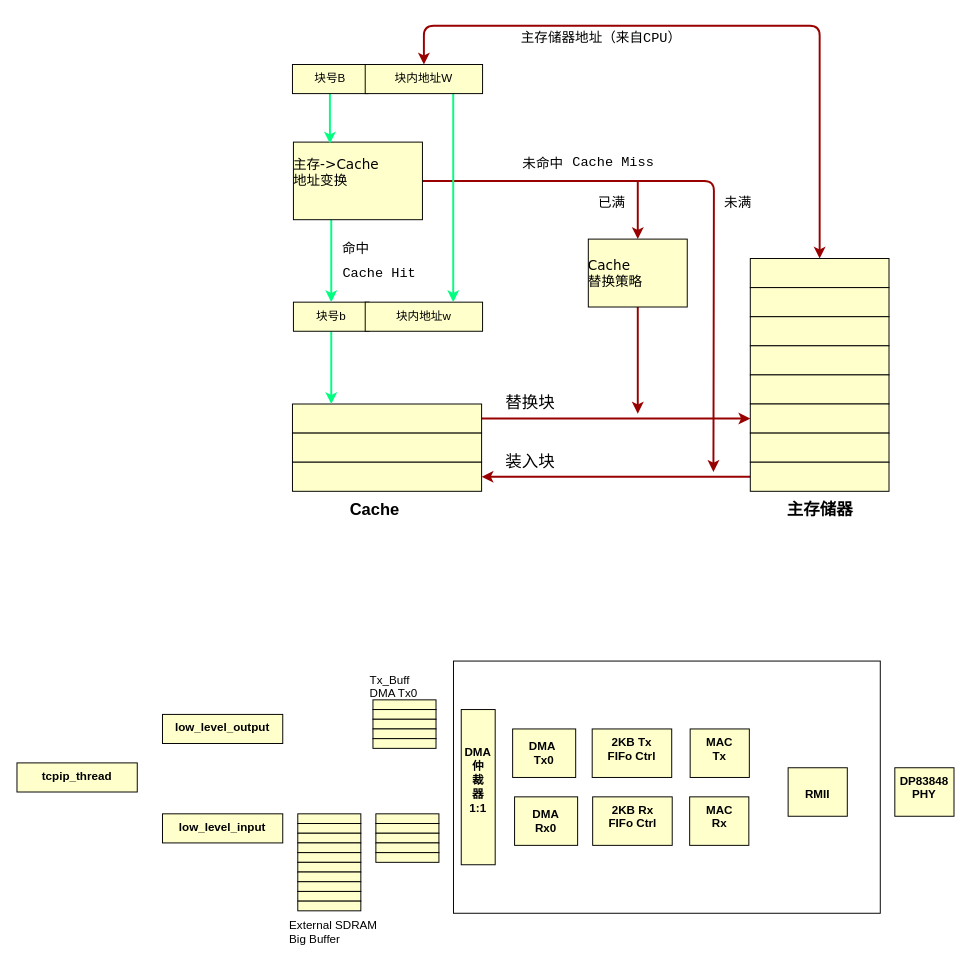
Earlier version of the draw.io diagram DMA数据数据发送逻辑.drawio (zjh6607476/drawing). Source tidied: cells renumbered, new cells numbered last; positions are measured from the earlier drawing's top-left corner, leaving out a move shared by most shapes. Both pictures are drawn from the tidied source at 97%, with x=0, y=0 at pixel (16, 25).
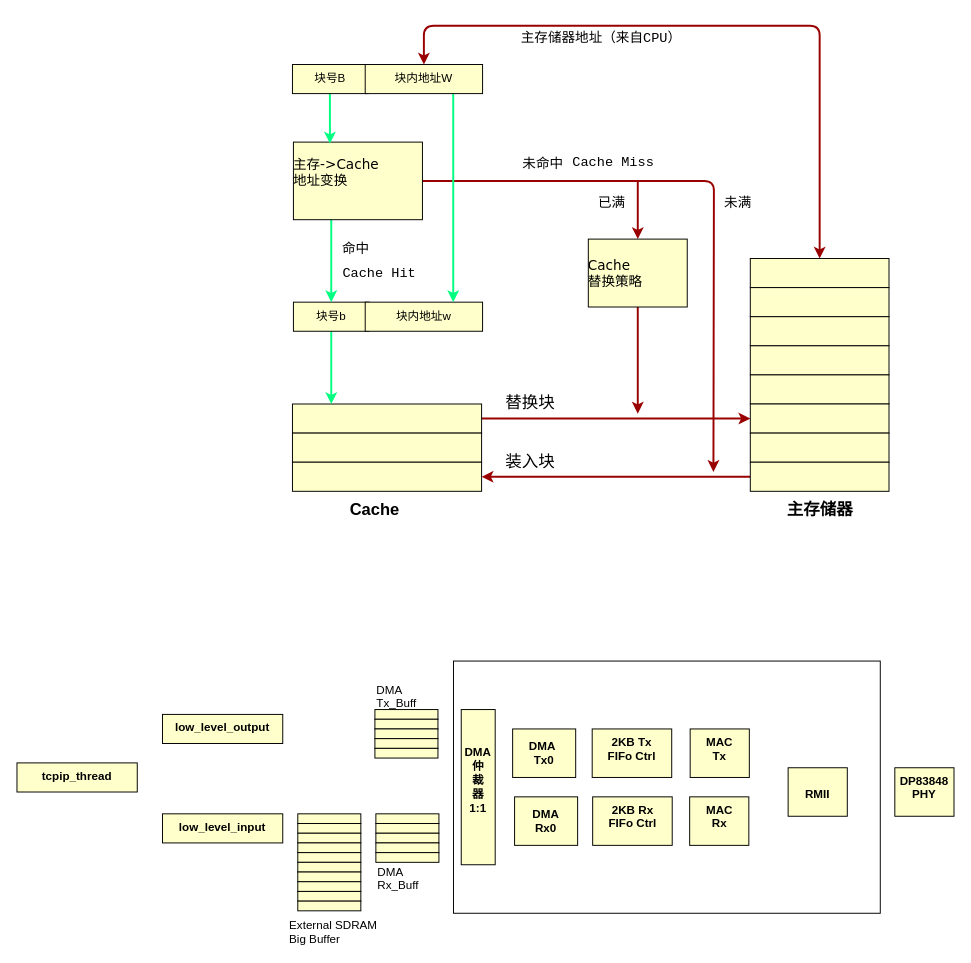
The same diagram, later.

Commit message (it also covers changes not shown here):
Update DMA数据数据发送逻辑.drawio

Change to the diagram source:
```diff
@@
     <mxCell id="68" style="align=center;verticalAlign=middle;fontStyle=1;strokeWidth=1;fillColor=#FFFFCC;spacing=0;whiteSpace=wrap;" parent="1" vertex="1">
-      <mxGeometry x="367" y="695" width="65" height="10" as="geometry" />
+      <mxGeometry x="369" y="705" width="65" height="10" as="geometry" />
     </mxCell>
     <mxCell id="69" style="align=center;verticalAlign=middle;fontStyle=1;strokeWidth=1;fillColor=#FFFFCC;spacing=0;whiteSpace=wrap;" parent="1" vertex="1">
-      <mxGeometry x="367" y="705" width="65" height="10" as="geometry" />
+      <mxGeometry x="369" y="715" width="65" height="10" as="geometry" />
     </mxCell>
     <mxCell id="70" style="align=center;verticalAlign=middle;fontStyle=1;strokeWidth=1;fillColor=#FFFFCC;spacing=0;whiteSpace=wrap;" parent="1" vertex="1">
-      <mxGeometry x="367" y="715" width="65" height="10" as="geometry" />
+      <mxGeometry x="369" y="725" width="65" height="10" as="geometry" />
     </mxCell>
     <mxCell id="71" style="align=center;verticalAlign=middle;fontStyle=1;strokeWidth=1;fillColor=#FFFFCC;spacing=0;whiteSpace=wrap;" parent="1" vertex="1">
-      <mxGeometry x="367" y="725" width="65" height="10" as="geometry" />
+      <mxGeometry x="369" y="735" width="65" height="10" as="geometry" />
     </mxCell>
     <mxCell id="72" style="align=center;verticalAlign=middle;fontStyle=1;strokeWidth=1;fillColor=#FFFFCC;spacing=0;whiteSpace=wrap;" parent="1" vertex="1">
-      <mxGeometry x="367" y="735" width="65" height="10" as="geometry" />
+      <mxGeometry x="369" y="745" width="65" height="10" as="geometry" />
     </mxCell>
-    <mxCell id="73" value="Tx_Buff&lt;br&gt;DMA Tx0&lt;br&gt;" style="text;html=1;align=left;verticalAlign=top;spacingTop=-4;" parent="1" vertex="1">
-      <mxGeometry x="362" y="665" width="70" height="30" as="geometry" />
+    <mxCell id="73" value="DMA&lt;br&gt;Tx_Buff&lt;br&gt;" style="text;html=1;align=left;verticalAlign=top;spacingTop=-4;" parent="1" vertex="1">
+      <mxGeometry x="369" y="675" width="60" height="30" as="geometry" />
     </mxCell>
@@
+    <mxCell id="75" value="DMA&lt;br&gt;Rx_Buff&lt;br&gt;" style="text;html=1;align=left;verticalAlign=top;spacingTop=-4;" parent="1" vertex="1">
+      <mxGeometry x="370" y="862.5" width="60" height="30" as="geometry" />
+    </mxCell>
```
